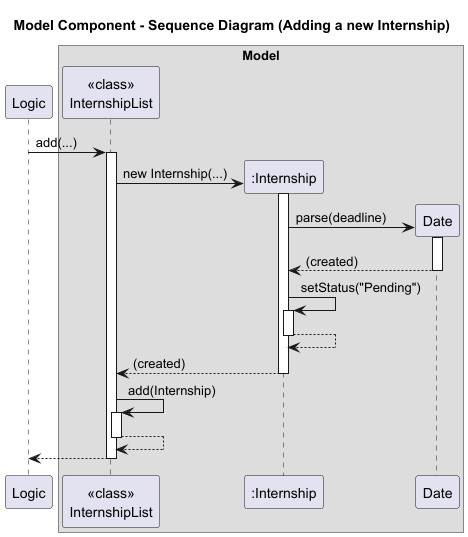
AY2526S1-CS2113-W14-4/tp keeps this PlantUML diagram as docs/diagrams/ModelComponentSD_Add.png. Above is the earlier version.
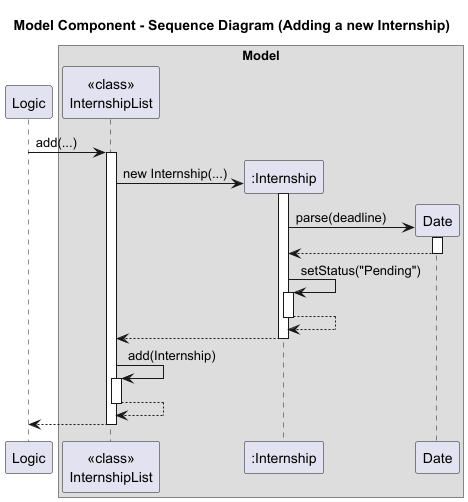
After the change.

What changed in the source:
```diff
@@ -17,14 +17,14 @@
 create Date
 Internship -> Date: parse(deadline)
 activate Date
-Date --> Internship: (created)
+Date --> Internship
 deactivate Date
 
 Internship -> Internship : setStatus("Pending")
 activate Internship
 Internship --> Internship
 deactivate Internship
-Internship --> InternshipList: (created)
+Internship --> InternshipList
 deactivate Internship
 
 
```
